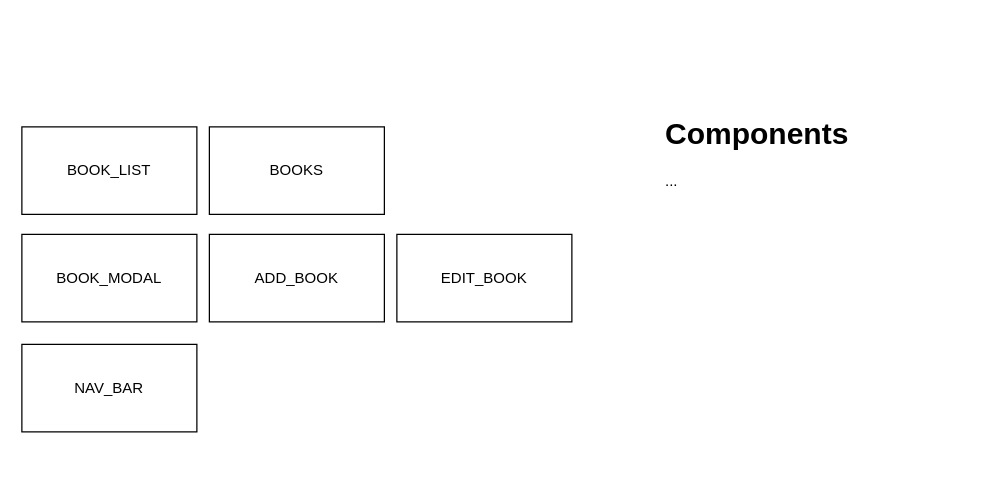
This is page "Components" (2 of 2) of assets/images/dev/logic.drawio from andodaryl/ci-project-2, a draw.io file, before an edit. Source tidied: cells renumbered, new cells numbered last; positions are measured from the earlier drawing's top-left corner, leaving out a move shared by most shapes. Both pictures are drawn from the tidied source at 125%, with x=0, y=0 at pixel (21, 109).
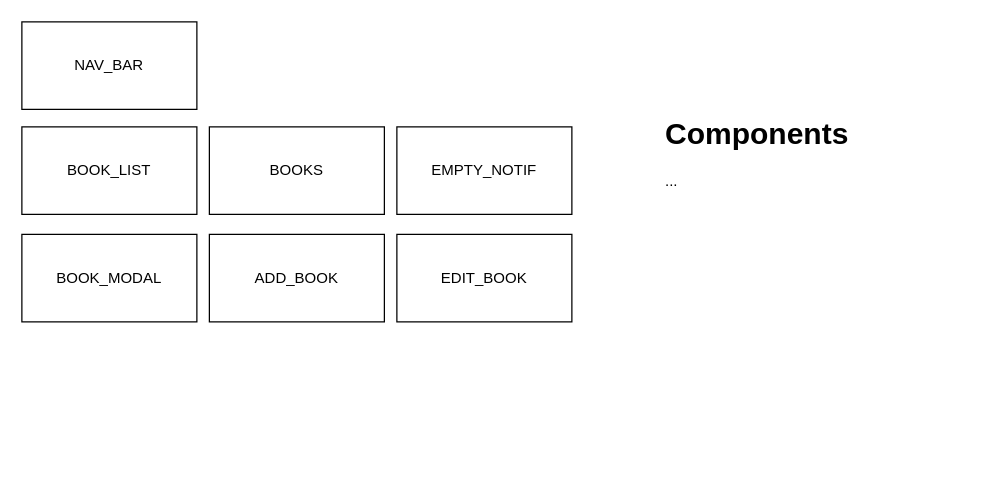
The same diagram, later.

Commit message:
Update component structure

The edit, as a diff of the source:
```diff
@@
 <mxGraphModel>
   <root>
     <mxCell id="0" />
     <mxCell id="1" parent="0" />
     <mxCell id="2" value="BOOKS" style="whiteSpace=wrap;html=1;" parent="1" vertex="1">
       <mxGeometry x="150" y="14" width="140" height="70" as="geometry" />
     </mxCell>
     <mxCell id="3" value="BOOK_LIST" style="whiteSpace=wrap;html=1;" parent="1" vertex="1">
       <mxGeometry y="14" width="140" height="70" as="geometry" />
     </mxCell>
     <mxCell id="4" value="NAV_BAR" style="whiteSpace=wrap;html=1;" parent="1" vertex="1">
-      <mxGeometry y="188" width="140" height="70" as="geometry" />
+      <mxGeometry y="-70" width="140" height="70" as="geometry" />
     </mxCell>
     <mxCell id="5" value="BOOK_MODAL" style="whiteSpace=wrap;html=1;" parent="1" vertex="1">
       <mxGeometry y="100" width="140" height="70" as="geometry" />
     </mxCell>
     <mxCell id="6" value="ADD_BOOK" style="whiteSpace=wrap;html=1;" parent="1" vertex="1">
       <mxGeometry x="150" y="100" width="140" height="70" as="geometry" />
     </mxCell>
     <mxCell id="7" value="EDIT_BOOK" style="whiteSpace=wrap;html=1;" parent="1" vertex="1">
       <mxGeometry x="300" y="100" width="140" height="70" as="geometry" />
     </mxCell>
     <mxCell id="8" value="&lt;h1&gt;Components&amp;nbsp;&lt;/h1&gt;&lt;p&gt;...&lt;/p&gt;" style="text;html=1;strokeColor=none;fillColor=none;spacing=5;spacingTop=-20;whiteSpace=wrap;overflow=hidden;rounded=0;" parent="1" vertex="1">
       <mxGeometry x="510" width="250" height="290" as="geometry" />
     </mxCell>
+    <mxCell id="9" value="EMPTY_NOTIF" style="whiteSpace=wrap;html=1;" parent="1" vertex="1">
+      <mxGeometry x="300" y="14" width="140" height="70" as="geometry" />
+    </mxCell>
   </root>
 </mxGraphModel>
```
